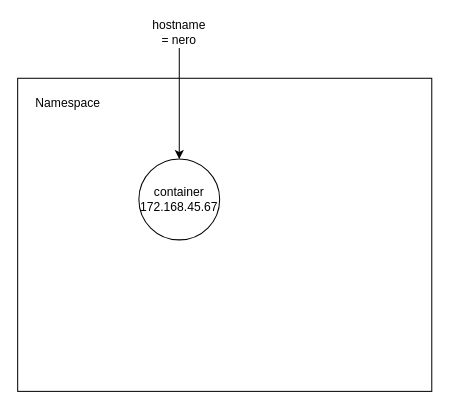
Above: Diagrama30-7-2024 sin título.drawio in KevinCordoba/RepositoriodeDiagramas (draw.io), before the change. Source tidied: cells renumbered, new cells numbered last; positions are measured from the earlier drawing's top-left corner, leaving out a move shared by most shapes. Both pictures are drawn from the tidied source at 101%, with x=0, y=0 at pixel (17, 17).
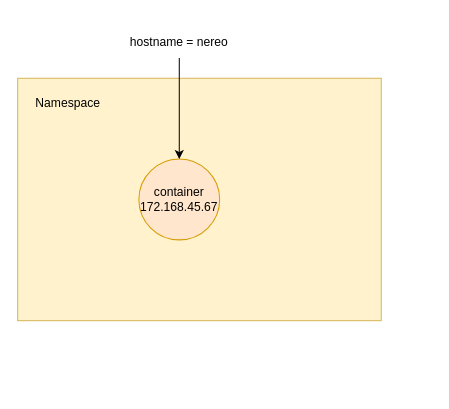
The same page after the edit.

What changed in the source:
```diff
@@
 <mxGraphModel>
   <root>
     <mxCell id="0" />
     <mxCell id="1" parent="0" />
-    <mxCell id="2" style="rounded=0;whiteSpace=wrap;html=1;" parent="1" vertex="1">
-      <mxGeometry y="60" width="410" height="310" as="geometry" />
+    <mxCell id="2" style="rounded=0;whiteSpace=wrap;html=1;fillColor=#fff2cc;strokeColor=#d6b656;" parent="1" vertex="1">
+      <mxGeometry y="60" width="360" height="240" as="geometry" />
     </mxCell>
-    <mxCell id="3" value="container&lt;div&gt;172.168.45.67&lt;/div&gt;" style="ellipse;whiteSpace=wrap;html=1;" parent="1" vertex="1">
+    <mxCell id="3" value="container&lt;div&gt;172.168.45.67&lt;/div&gt;" style="ellipse;whiteSpace=wrap;html=1;fillColor=#ffe6cc;strokeColor=#d79b00;" parent="1" vertex="1">
       <mxGeometry x="120" y="140" width="80" height="80" as="geometry" />
     </mxCell>
     <mxCell id="4" value="Namespace" style="text;html=1;align=center;verticalAlign=middle;whiteSpace=wrap;rounded=0;" parent="1" vertex="1">
       <mxGeometry x="20" y="70" width="60" height="30" as="geometry" />
     </mxCell>
     <mxCell id="5" style="edgeStyle=orthogonalEdgeStyle;rounded=0;jettySize=auto;html=1;entryX=0.5;entryY=0;entryDx=0;entryDy=0;" parent="1" edge="1" source="6" target="3">
       <mxGeometry relative="1" as="geometry" />
     </mxCell>
-    <mxCell id="6" value="hostname = nero" style="text;html=1;align=center;verticalAlign=middle;whiteSpace=wrap;rounded=0;" parent="1" vertex="1">
-      <mxGeometry x="130" width="60" height="30" as="geometry" />
+    <mxCell id="6" value="hostname = nereo" style="text;html=1;align=center;verticalAlign=middle;whiteSpace=wrap;rounded=0;" parent="1" vertex="1">
+      <mxGeometry x="110" y="10" width="100" height="30" as="geometry" />
     </mxCell>
   </root>
 </mxGraphModel>
```
